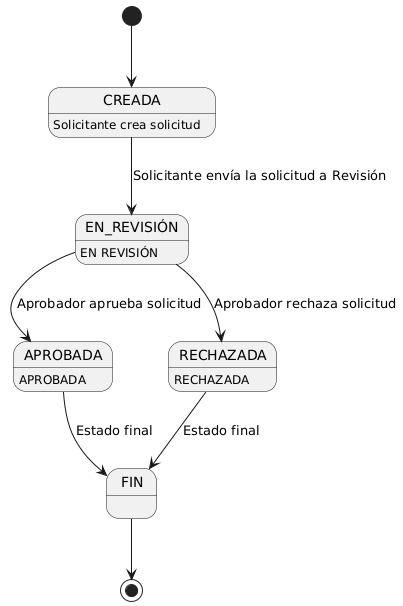
Eileen0205/mvp-sap-mm-next keeps this PlantUML diagram as DOCS/MODELO-DOMINIO/Flujo_Estados_EPIC_01.png. Above is the earlier version.
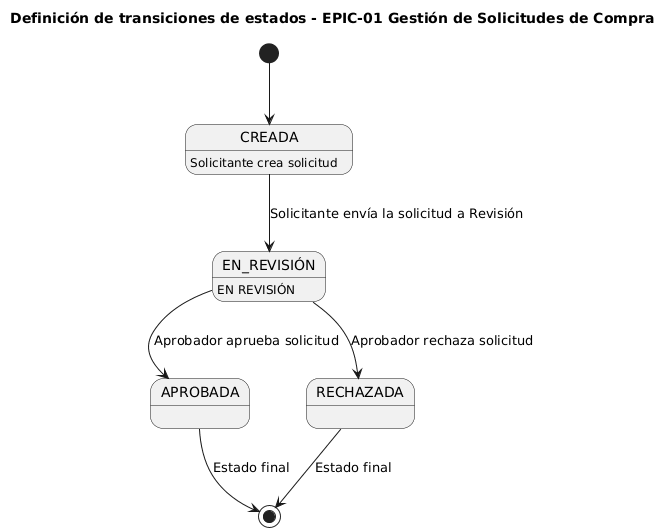
Later version of the same file.

Commit message:
docs: Actualización diagramas UML de dominio y flujo de estados (PNG y PUML) y Modelo de dominio.

Change to the diagram source:
```diff
@@ -1,13 +1,16 @@
 @startuml
+title Definición de transiciones de estados - EPIC-01 Gestión de Solicitudes de Compra
 [*] --> CREADA
 CREADA : Solicitante crea solicitud
 CREADA --> EN_REVISIÓN : Solicitante envía la solicitud a Revisión
+
 EN_REVISIÓN : EN REVISIÓN
+
 EN_REVISIÓN --> APROBADA : Aprobador aprueba solicitud
+
 EN_REVISIÓN --> RECHAZADA : Aprobador rechaza solicitud
-APROBADA : APROBADA
-RECHAZADA : RECHAZADA
-APROBADA --> FIN : Estado final
-RECHAZADA --> FIN : Estado final
-FIN --> [*]
+
+APROBADA --> [*] : Estado final
+
+RECHAZADA --> [*] : Estado final
 @enduml
```
